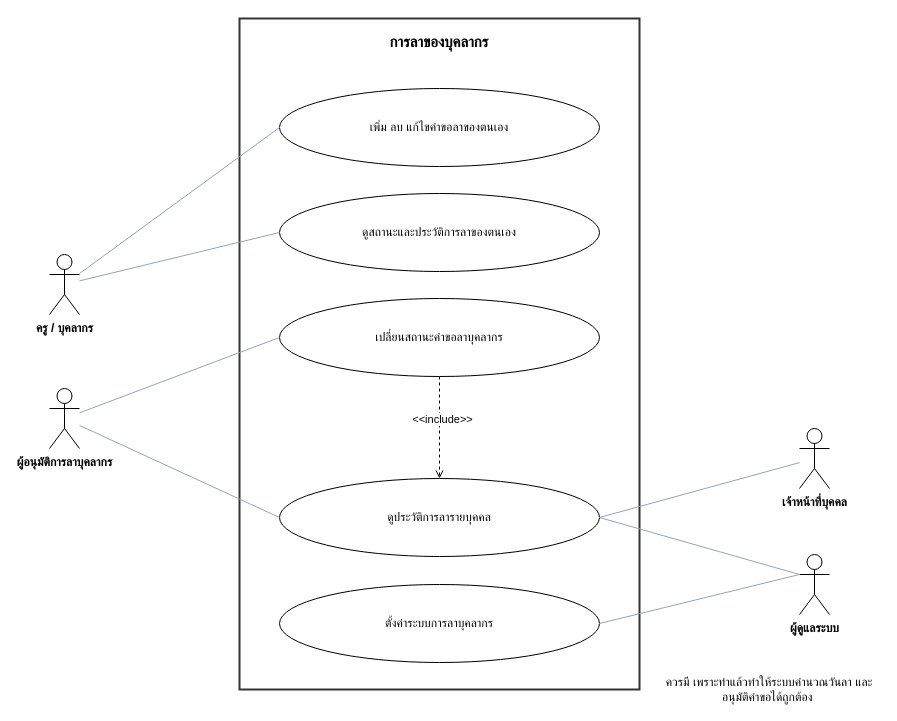
The draw.io diagram page "การลาของบุคลากร" (2 of 6) of materials/doc/usecase-care.drawio in RealTiraqmisu/SchoolDark, before the edit. Source tidied: cells renumbered, new cells numbered last; positions are measured from the earlier drawing's top-left corner, leaving out a move shared by most shapes. Both pictures are drawn from the tidied source at 100%, with x=0, y=0 at pixel (49, 18).
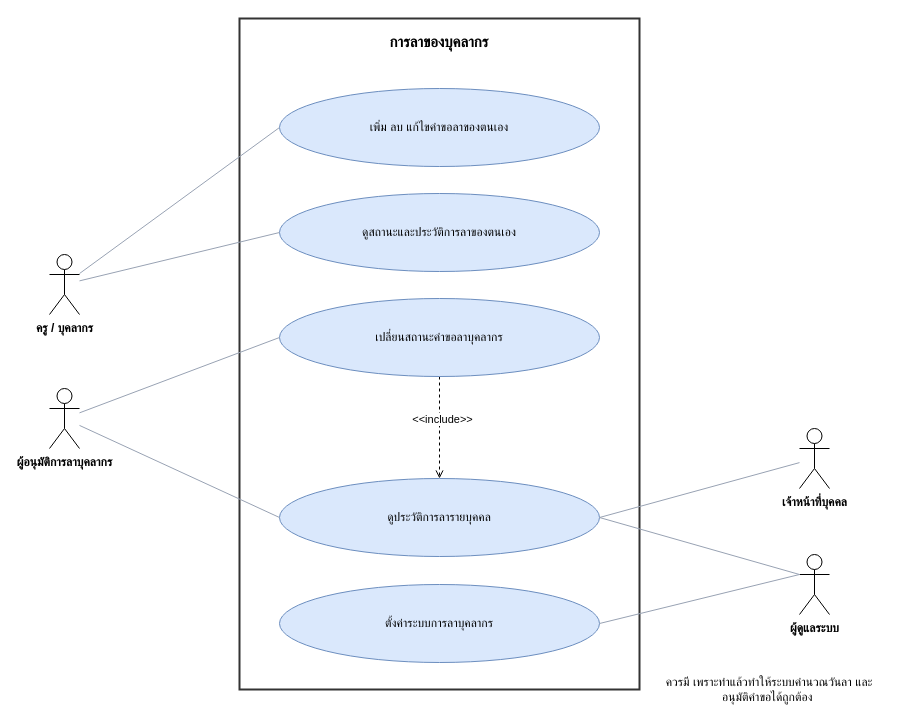
Above is the later version.

The edit, as a diff of the source:
```diff
@@
-    <mxCell id="3" value="เพิ่ม ลบ แก้ไขคำขอลาของตนเอง" style="ellipse;whiteSpace=wrap;html=1;fontSize=12;spacing=10;" parent="1" vertex="1">
+    <mxCell id="3" value="เพิ่ม ลบ แก้ไขคำขอลาของตนเอง" style="ellipse;whiteSpace=wrap;html=1;fontSize=12;spacing=10;fillColor=#dae8fc;strokeColor=#6c8ebf;" parent="1" vertex="1">
       <mxGeometry x="230" y="70" width="320" height="78" as="geometry" />
     </mxCell>
-    <mxCell id="4" value="&lt;span style=&quot;white-space: pre-wrap; color: rgb(0, 0, 0);&quot;&gt;ดูสถานะและประวัติการลาของตนเอง&lt;/span&gt;" style="ellipse;whiteSpace=wrap;html=1;fontSize=12;spacing=10;" parent="1" vertex="1">
+    <mxCell id="4" value="&lt;span style=&quot;white-space: pre-wrap; color: rgb(0, 0, 0);&quot;&gt;ดูสถานะและประวัติการลาของตนเอง&lt;/span&gt;" style="ellipse;whiteSpace=wrap;html=1;fontSize=12;spacing=10;fillColor=#dae8fc;strokeColor=#6c8ebf;" parent="1" vertex="1">
       <mxGeometry x="230" y="175" width="320" height="78" as="geometry" />
     </mxCell>
@@
-    <mxCell id="7" value="&lt;span style=&quot;color: rgb(0, 0, 0);&quot;&gt;เปลี่ยนสถานะ&lt;/span&gt;คำขอลาบุคลากร" style="ellipse;whiteSpace=wrap;html=1;fontSize=12;spacing=10;" parent="1" vertex="1">
+    <mxCell id="7" value="&lt;span style=&quot;color: rgb(0, 0, 0);&quot;&gt;เปลี่ยนสถานะ&lt;/span&gt;คำขอลาบุคลากร" style="ellipse;whiteSpace=wrap;html=1;fontSize=12;spacing=10;fillColor=#dae8fc;strokeColor=#6c8ebf;" parent="1" vertex="1">
       <mxGeometry x="230" y="280" width="320" height="78" as="geometry" />
     </mxCell>
-    <mxCell id="8" value="ดูประวัติการลารายบุคคล" style="ellipse;whiteSpace=wrap;html=1;fontSize=12;spacing=10;" parent="1" vertex="1">
+    <mxCell id="8" value="ดูประวัติการลารายบุคคล" style="ellipse;whiteSpace=wrap;html=1;fontSize=12;spacing=10;fillColor=#dae8fc;strokeColor=#6c8ebf;" parent="1" vertex="1">
       <mxGeometry x="230" y="460" width="320" height="78" as="geometry" />
     </mxCell>
-    <mxCell id="9" value="ตั้งค่าระบบการลาบุคลากร" style="ellipse;whiteSpace=wrap;html=1;fontSize=12;spacing=10;" parent="1" vertex="1">
+    <mxCell id="9" value="ตั้งค่าระบบการลาบุคลากร" style="ellipse;whiteSpace=wrap;html=1;fontSize=12;spacing=10;fillColor=#dae8fc;strokeColor=#6c8ebf;" parent="1" vertex="1">
       <mxGeometry x="230" y="566" width="320" height="78" as="geometry" />
     </mxCell>
```
